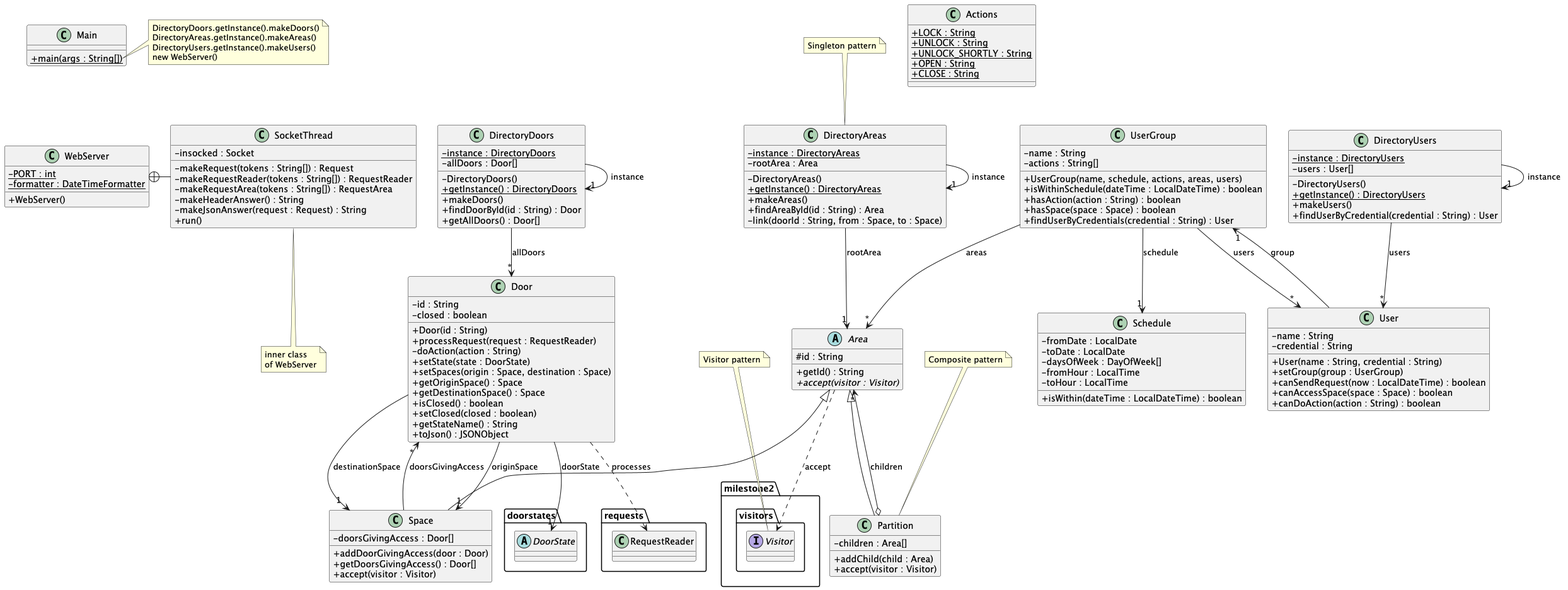
Before: src/milestone1/uml/milestone1.png, a diagram exported from PlantUML (NIU1747146/Practica-DS). Source of this version:
```plantuml
@startuml
skinparam classAttributeIconSize 0

class Main {
+ {static} main(args : String[])
}
note right of Main::main
DirectoryDoors.getInstance().makeDoors()
DirectoryAreas.getInstance().makeAreas()
DirectoryUsers.getInstance().makeUsers()
new WebServer()
end note

class WebServer {
- {static} PORT : int
- {static} formatter : DateTimeFormatter
+ WebServer()
}

class SocketThread {
- insocked : Socket
- makeRequest(tokens : String[]) : Request
- makeRequestReader(tokens : String[]) : RequestReader
- makeRequestArea(tokens : String[]) : RequestArea
- makeHeaderAnswer() : String
- makeJsonAnswer(request : Request) : String
+ run()
}
WebServer +-right- SocketThread
note bottom of SocketThread
inner class
of WebServer
end note

class DirectoryDoors {
- {static} instance : DirectoryDoors
- allDoors : Door[]
- DirectoryDoors()
+ {static} getInstance() : DirectoryDoors
+ makeDoors()
+ findDoorById(id : String) : Door
+ getAllDoors() : Door[]
}

class DirectoryAreas {
- {static} instance : DirectoryAreas
- rootArea : Area
- DirectoryAreas()
+ {static} getInstance() : DirectoryAreas
+ makeAreas()
+ findAreaById(id : String) : Area
- link(doorId : String, from : Space, to : Space)
}

class DirectoryUsers {
- {static} instance : DirectoryUsers
- users : User[]
- DirectoryUsers()
+ {static} getInstance() : DirectoryUsers
+ makeUsers()
+ findUserByCredential(credential : String) : User
}

abstract class Area {
# id : String
+ getId() : String
+ {abstract} accept(visitor : Visitor)
}

class Partition {
- children : Area[]
+ addChild(child : Area)
+ accept(visitor : Visitor)
}

class Space {
- doorsGivingAccess : Door[]
+ addDoorGivingAccess(door : Door)
+ getDoorsGivingAccess() : Door[]
+ accept(visitor : Visitor)
}

note "Composite pattern" as NComposite
NComposite .. Partition

class Door {
- id : String
- closed : boolean
+ Door(id : String)
+ processRequest(request : RequestReader)
- doAction(action : String)
+ setState(state : DoorState)
+ setSpaces(origin : Space, destination : Space)
+ getOriginSpace() : Space
+ getDestinationSpace() : Space
+ isClosed() : boolean
+ setClosed(closed : boolean)
+ getStateName() : String
+ toJson() : JSONObject
}

class User {
- name : String
- credential : String
+ User(name : String, credential : String)
+ setGroup(group : UserGroup)
+ canSendRequest(now : LocalDateTime) : boolean
+ canAccessSpace(space : Space) : boolean
+ canDoAction(action : String) : boolean
}

class UserGroup {
- name : String
- actions : String[]
+ UserGroup(name, schedule, actions, areas, users)
+ isWithinSchedule(dateTime : LocalDateTime) : boolean
+ hasAction(action : String) : boolean
+ hasSpace(space : Space) : boolean
+ findUserByCredentials(credential : String) : User
}

class Schedule {
- fromDate : LocalDate
- toDate : LocalDate
- daysOfWeek : DayOfWeek[]
- fromHour : LocalTime
- toHour : LocalTime
+ isWithin(dateTime : LocalDateTime) : boolean
}

class Actions {
+ {static} LOCK : String
+ {static} UNLOCK : String
+ {static} UNLOCK_SHORTLY : String
+ {static} OPEN : String
+ {static} CLOSE : String
}

package doorstates {
  abstract class DoorState
}

package requests {
  class RequestReader
}

package milestone2.visitors {
  interface Visitor
}

Area <|-- Partition
Area <|-- Space
Partition o--> "*" Area : children
Space --> "*" Door : doorsGivingAccess
Door --> "1" Space : originSpace
Door --> "1" Space : destinationSpace
Door --> "1" DoorState : doorState
Door ..> RequestReader : processes

DirectoryDoors --> "*" Door : allDoors
DirectoryAreas --> "1" Area : rootArea
DirectoryUsers --> "*" User : users
DirectoryDoors --> "1" DirectoryDoors : instance
DirectoryAreas --> "1" DirectoryAreas : instance
DirectoryUsers --> "1" DirectoryUsers : instance
note "Singleton pattern" as NSingleton
NSingleton .. DirectoryAreas

User --> "1" UserGroup : group
UserGroup --> "*" User : users
UserGroup --> "*" Area : areas
UserGroup --> "1" Schedule : schedule

Area ..> Visitor : accept
note "Visitor pattern" as NVisitor
NVisitor .. Visitor

Main -[hidden]down- WebServer
@enduml
```
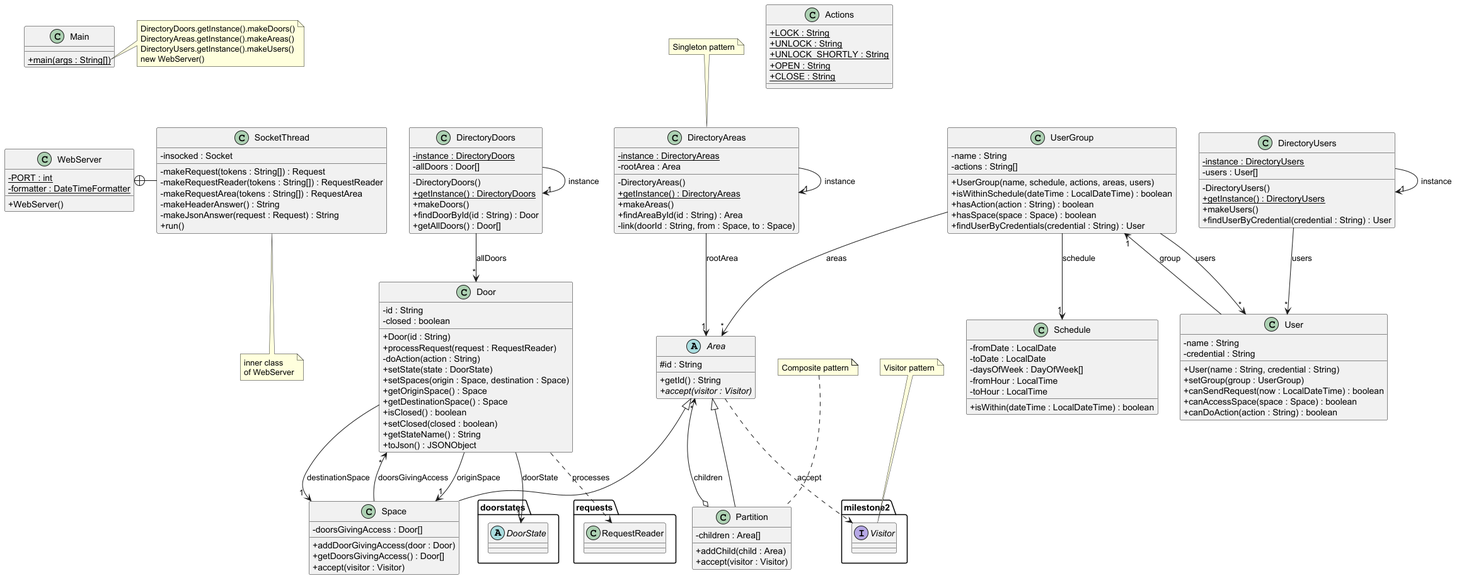
Later version of the same file.

Change to the diagram source:
```diff
@@ -144,7 +144,7 @@
   class RequestReader
 }
 
-package milestone2.visitors {
+package milestone2 {
   interface Visitor
 }
 
```
